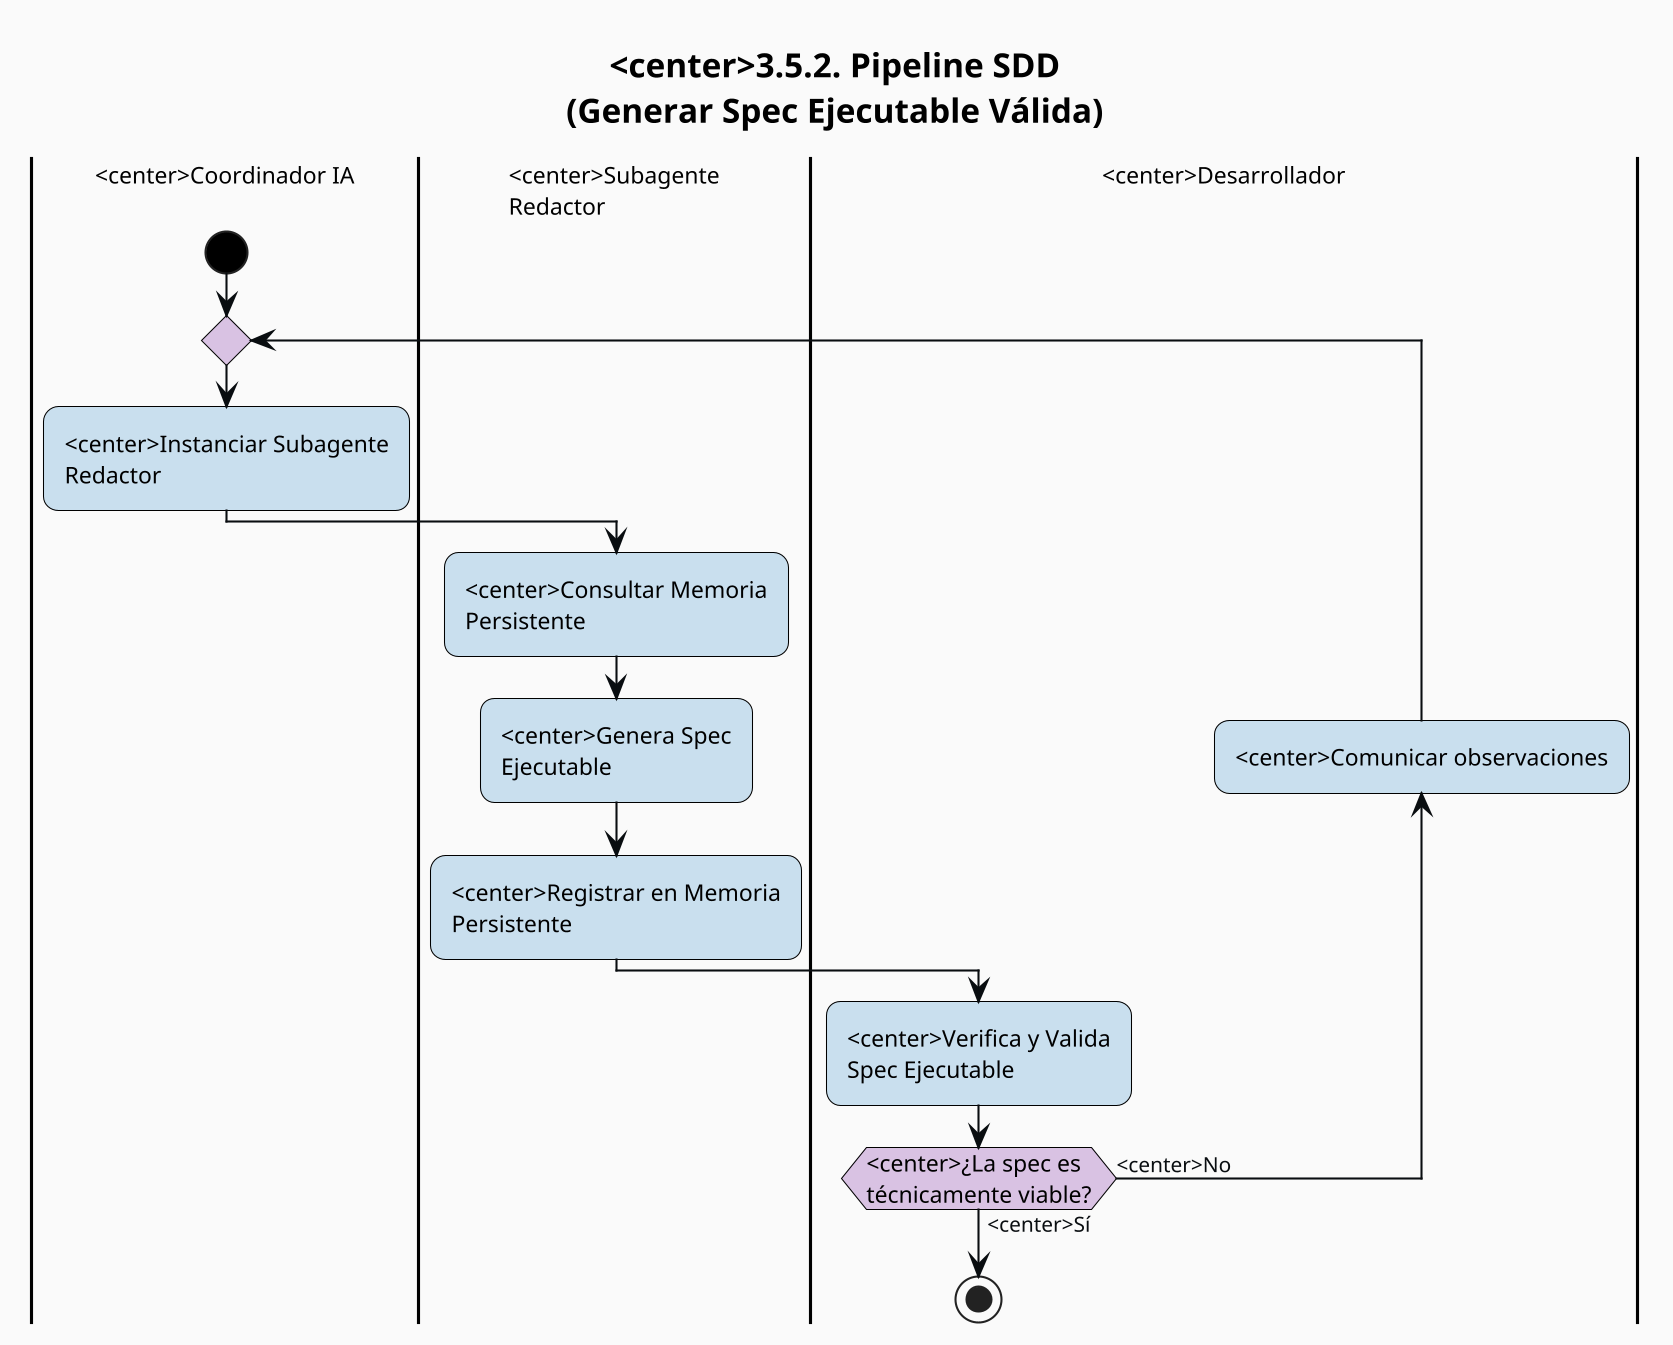
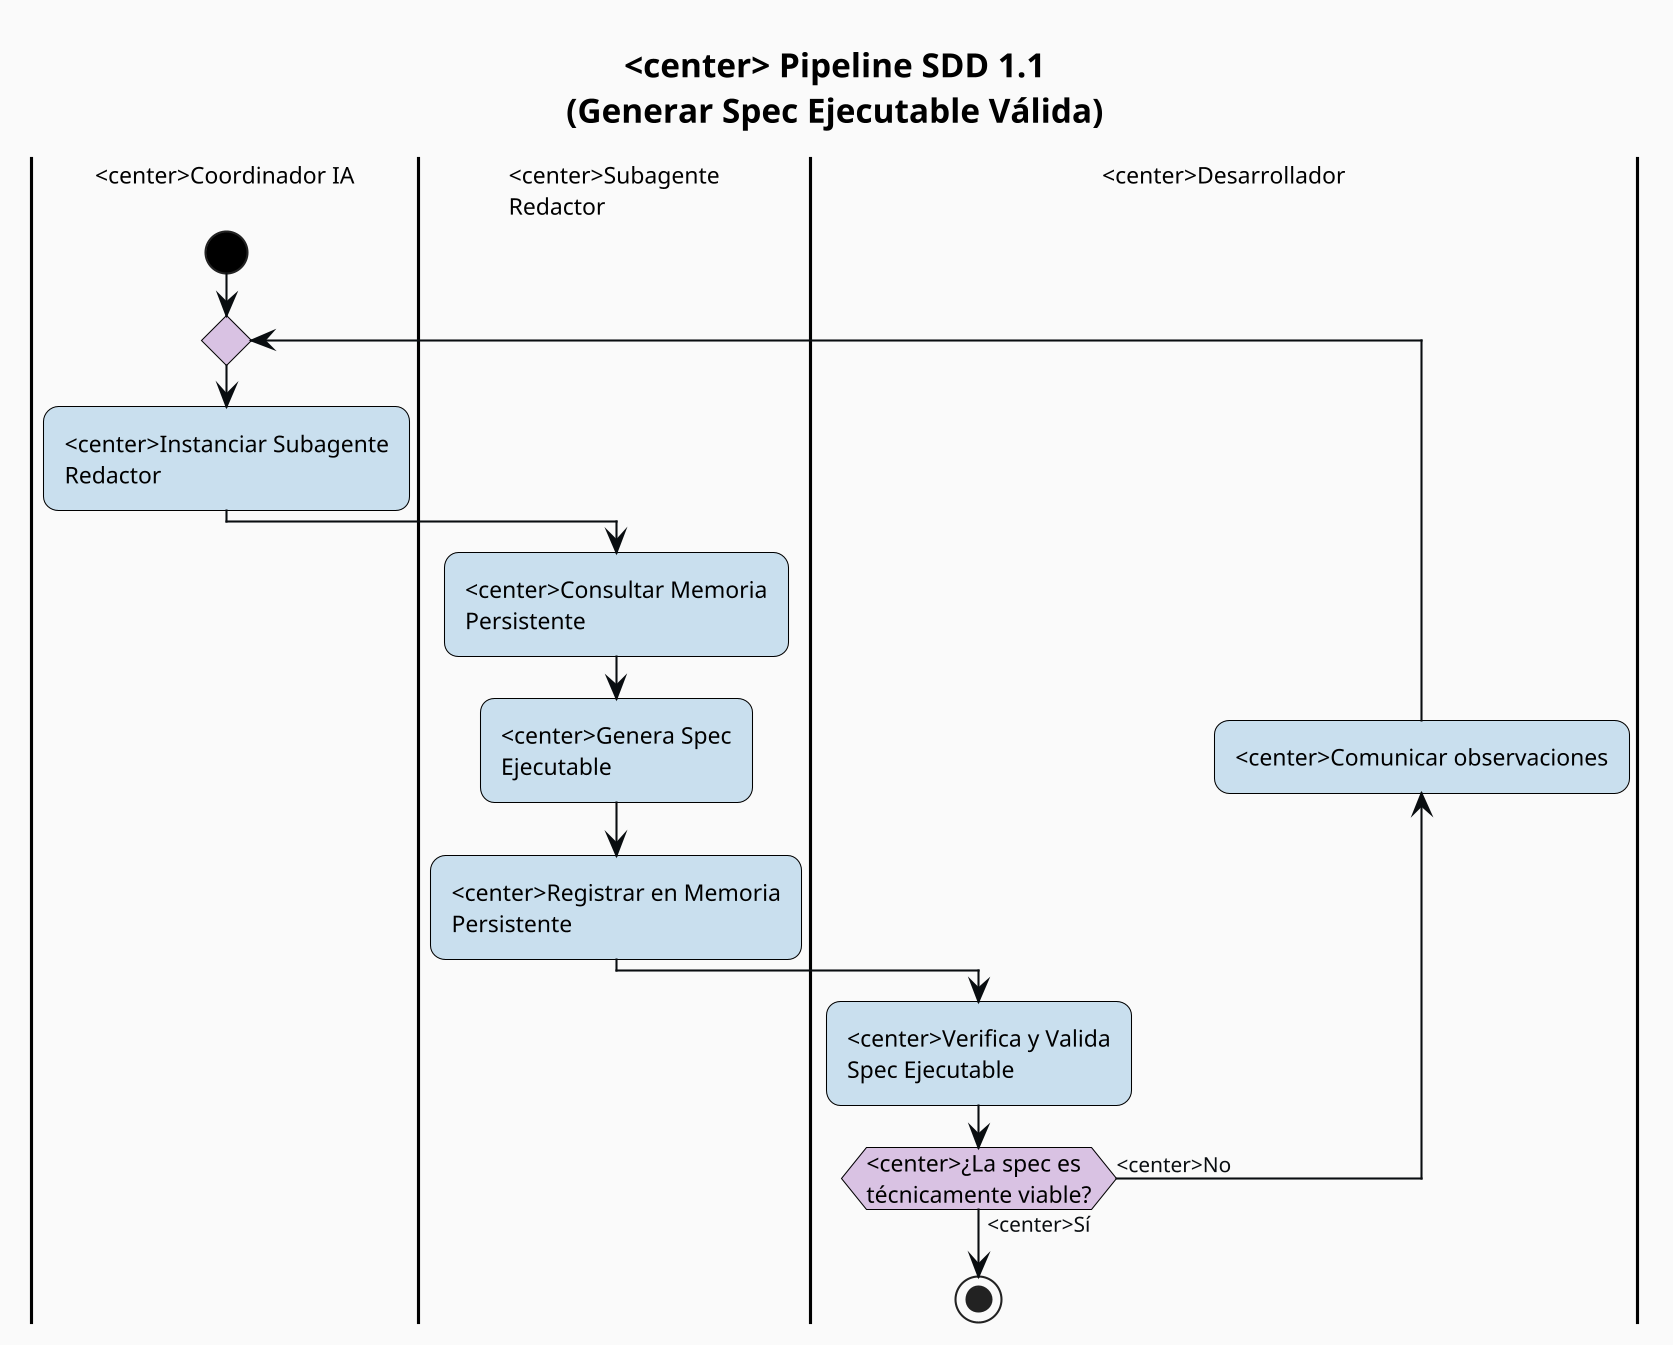
@startuml
skinparam dpi 200
- title <center>3.5.2. Pipeline SDD\n(Generar Spec Ejecutable Válida)
+ title <center> Pipeline SDD 1.1\n(Generar Spec Ejecutable Válida)

' === Modern soft theme ===
skinparam backgroundColor #FAFAFA
skinparam defaultFontName Helvetica
skinparam defaultFontSize 11
skinparam titleFontSize 16
skinparam titleFontStyle bold
skinparam shadowing false
skinparam roundCorner 14
skinparam linetype polyline

skinparam activity {
    BackgroundColor       #C9DFEE
    BorderColor           #000000
    FontColor             #000000
    FontName              Helvetica
    FontSize              11
    DiamondBackgroundColor #D9C2E3
    DiamondBorderColor    #000000
    DiamondFontColor      #000000
    StartColor            #000000
    EndColor              #000000
    BarColor              #000000
}

skinparam partition {
    BackgroundColor #FFFFFF
    BorderColor     #C9C9BE
    FontColor       #4A4A48
    FontStyle       bold
    FontSize        12
}

skinparam arrow {
    Color     #090D10
    FontColor #090D10
    FontSize  10
    Thickness 1
}

skinparam note {
    BackgroundColor #FFF8E1
    BorderColor     #C9B05E
    FontColor       #3A2E0A
}

!define Dev <center>Desarrollador
!define Coo <center>Coordinador IA
!define SubRed <center>Subagente\nRedactor
!define SubDis <center>Subagente\nde Diseño
!define SubImp <center>Subagente\nde Implementación
!define SubVer <center>Subagente\nVerificador
!define Tes <center>Tester

|Coo|
|SubRed|
|Dev|

|Coo|
' PIPELINE SDD
start

repeat
    |Coo|
    :<center>Instanciar Subagente\nRedactor;
    |SubRed|
    :<center>Consultar Memoria\nPersistente;
    :<center>Genera Spec\nEjecutable;
    :<center>Registrar en Memoria\nPersistente;
    |Dev|
    :<center>Verifica y Valida\nSpec Ejecutable;
    backward :<center>Comunicar observaciones;
repeat while (<center>¿La spec es\ntécnicamente viable?) is (<center>No) not (<center>Sí)

stop
@enduml